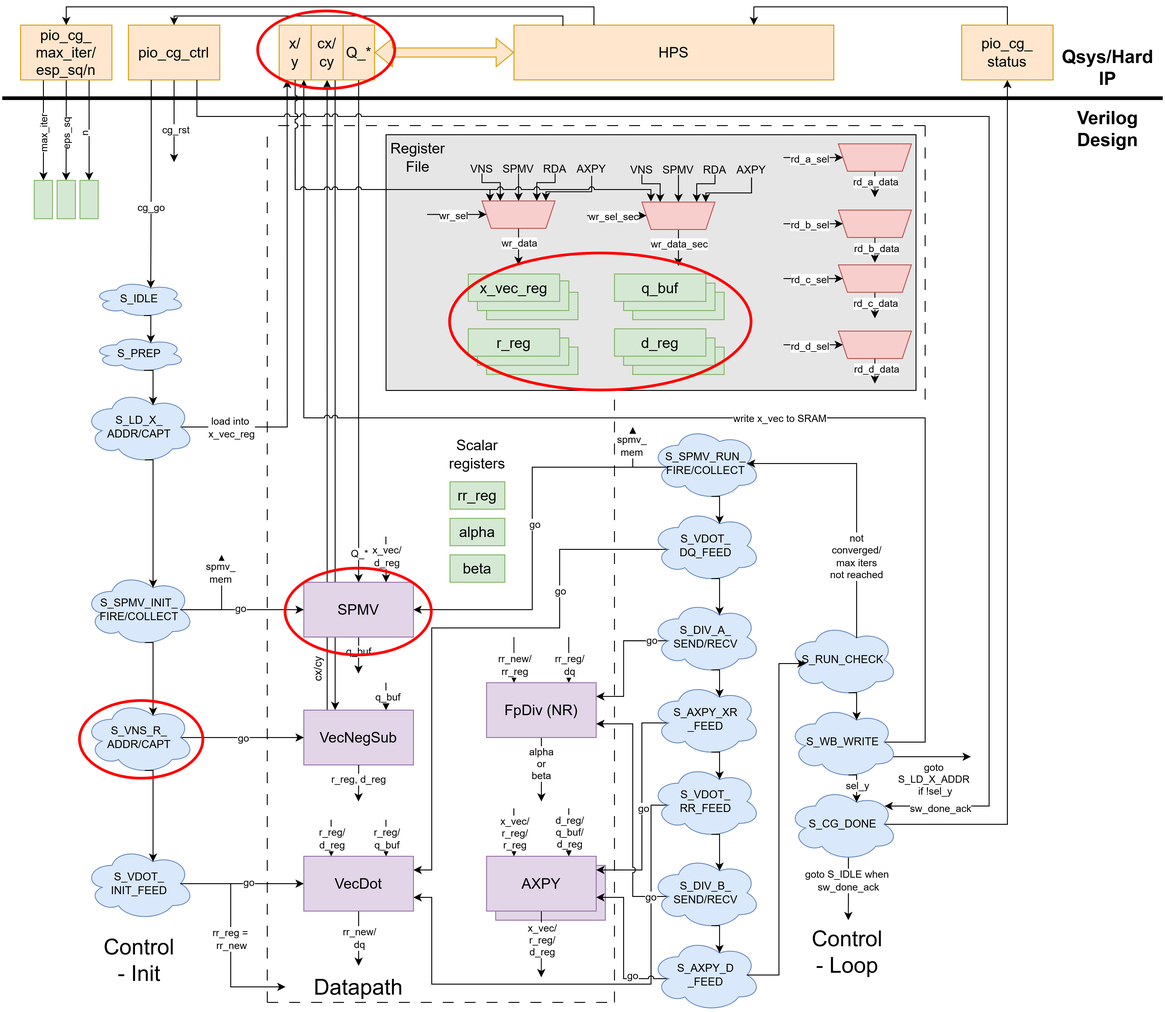
This is images/v5.drawio.png from pis7/ece5760-final-project, a draw.io export, as it was before one commit. Source tidied: cells renumbered, new cells last; positions are measured from the earlier drawing's top-left corner, leaving out a move shared by most shapes.
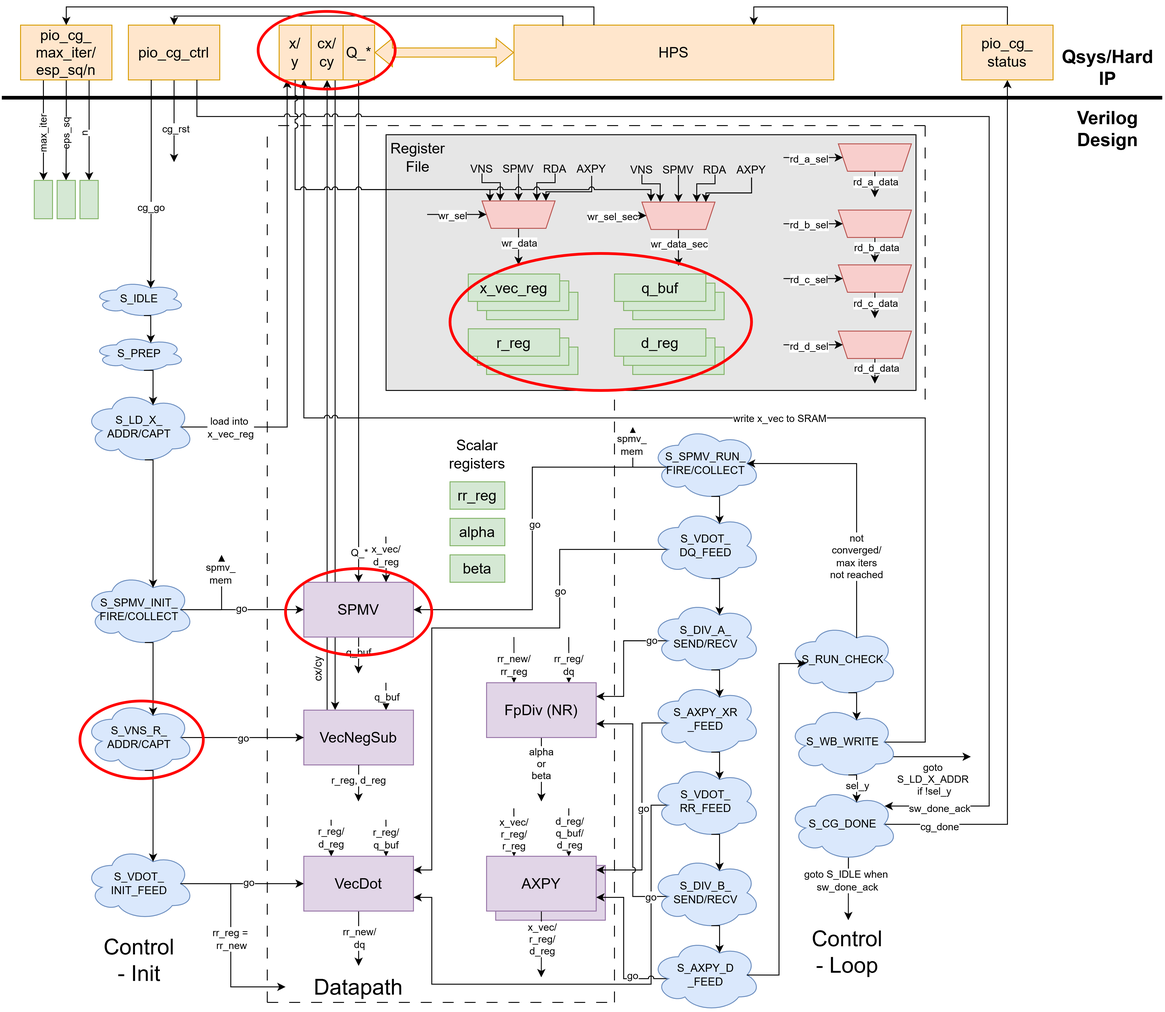
After the commit.

What changed in the source:
```diff
@@ -319,6 +319,9 @@
     <mxCell id="76" style="edgeStyle=orthogonalEdgeStyle;rounded=0;jettySize=auto;html=1;exitX=0.875;exitY=0.5;exitDx=0;exitDy=0;exitPerimeter=0;entryX=0.5;entryY=1;entryDx=0;entryDy=0;" parent="1" edge="1" source="77" target="124">
       <mxGeometry relative="1" as="geometry" />
     </mxCell>
+    <mxCell id="214" value="cg_done" style="edgeLabel;html=1;align=center;verticalAlign=middle;" parent="76" vertex="1">
+      <mxGeometry x="-0.87" y="-2" relative="1" as="geometry" />
+    </mxCell>
     <mxCell id="77" value="S_CG_DONE" style="ellipse;shape=cloud;whiteSpace=wrap;html=1;rounded=0;strokeColor=#6c8ebf;align=center;verticalAlign=middle;fontFamily=Helvetica;fontSize=12;fillColor=#dae8fc;" parent="1" vertex="1">
       <mxGeometry x="860" y="855" width="120" height="80" as="geometry" />
     </mxCell>
```
